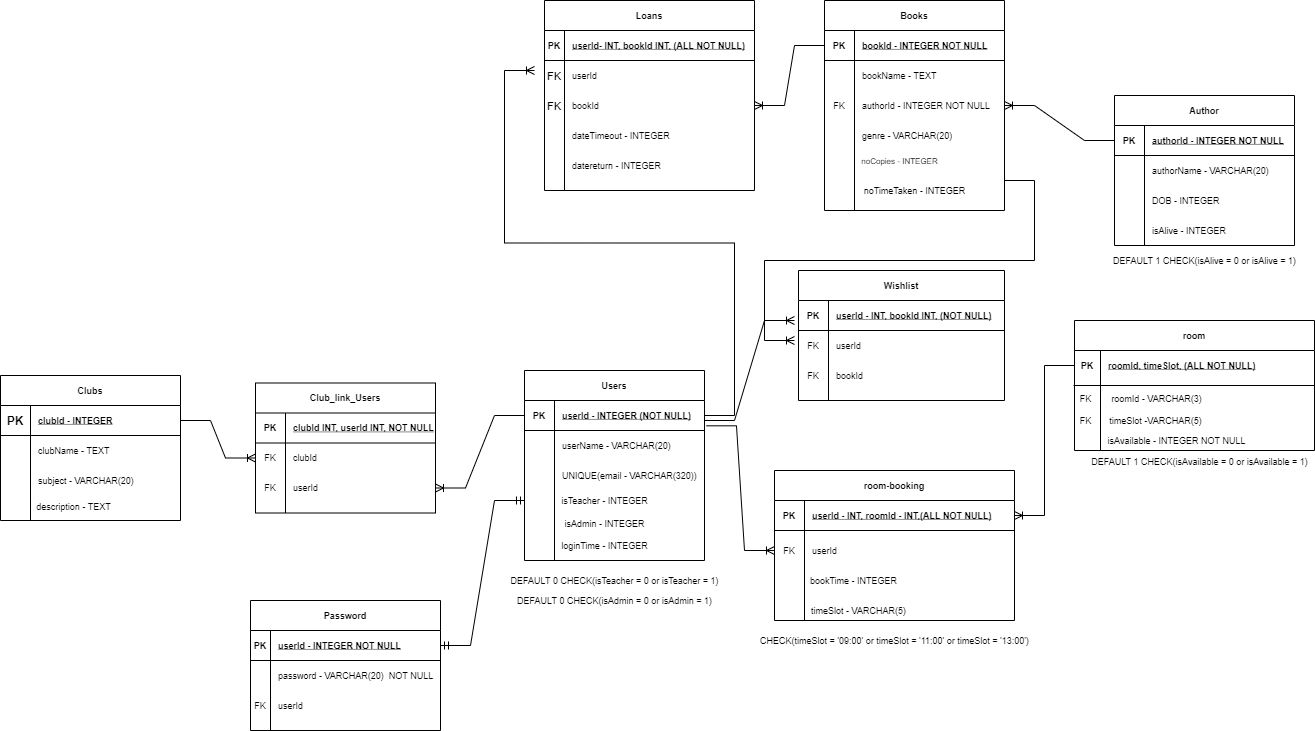
This is libary.png from aaron1brooker/databaseassignment, a draw.io export, as it was before one commit. Source tidied: cells renumbered, new cells last; positions are measured from the earlier drawing's top-left corner, leaving out a move shared by most shapes.
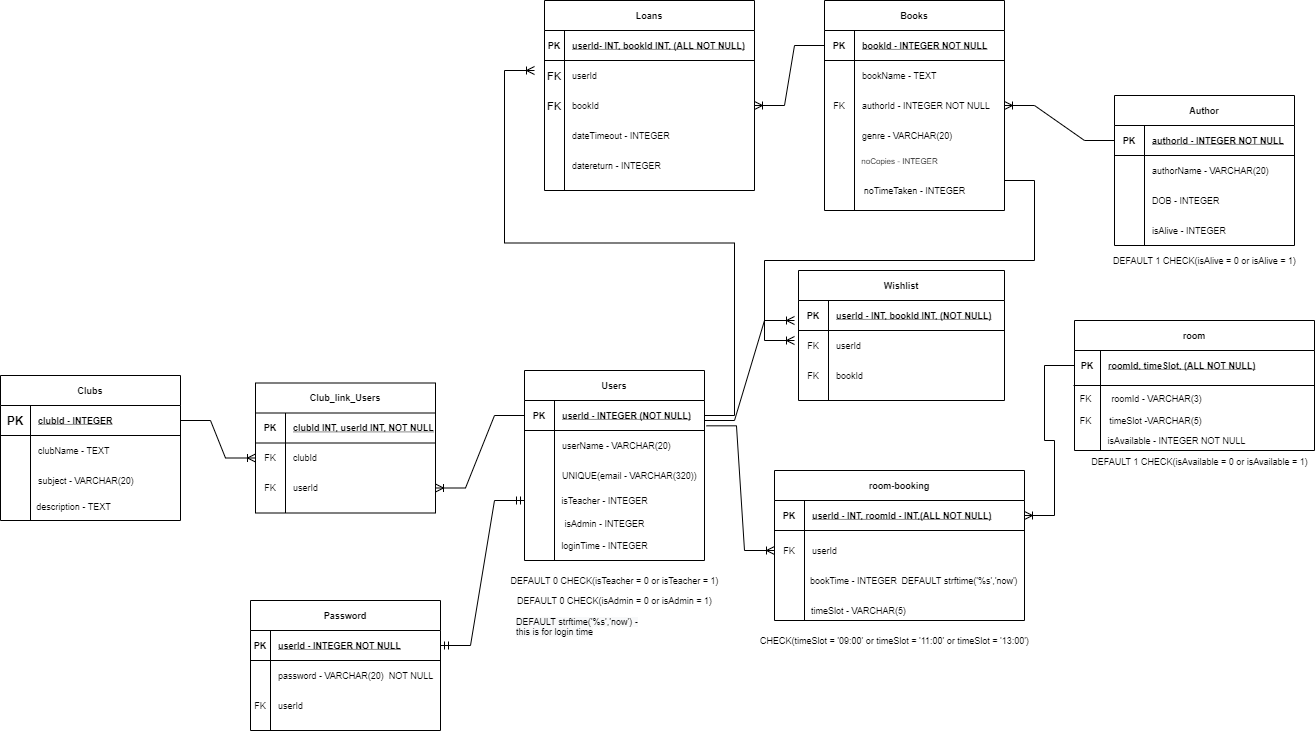
After the change.

What changed in the source:
```diff
@@ -140,25 +140,25 @@
       <mxGeometry x="1101" y="430" width="150" height="20" as="geometry" />
     </mxCell>
     <mxCell id="47" value="room-booking" style="shape=table;startSize=30;rowLines=0;fontStyle=1;align=center;fontSize=9;" parent="1" vertex="1">
-      <mxGeometry x="774" y="470" width="240" height="150" as="geometry" />
+      <mxGeometry x="774" y="470" width="250" height="150" as="geometry" />
     </mxCell>
     <mxCell id="48" style="shape=partialRectangle;fillColor=none;top=0;left=0;bottom=1;right=0;points=[[0,0.5],[1,0.5]];portConstraint=eastwest;fontSize=9;" parent="47" vertex="1">
-      <mxGeometry y="30" width="240" height="30" as="geometry" />
+      <mxGeometry y="30" width="250" height="30" as="geometry" />
     </mxCell>
     <mxCell id="49" value="PK" style="shape=partialRectangle;fillColor=none;top=0;left=0;bottom=0;right=0;fontStyle=1;overflow=hidden;fontSize=9;" parent="48" vertex="1">
       <mxGeometry width="30" height="30" as="geometry" />
     </mxCell>
     <mxCell id="50" value="userId - INT, roomId - INT,(ALL NOT NULL)" style="shape=partialRectangle;fillColor=none;top=0;left=0;bottom=0;right=0;align=left;spacingLeft=6;fontStyle=5;overflow=hidden;fontSize=9;" parent="48" vertex="1">
-      <mxGeometry x="30" width="210" height="30" as="geometry" />
+      <mxGeometry x="30" width="220" height="30" as="geometry" />
     </mxCell>
     <mxCell id="51" style="shape=partialRectangle;fillColor=none;top=0;left=0;bottom=0;right=0;points=[[0,0.5],[1,0.5]];portConstraint=eastwest;fontSize=9;" parent="47" vertex="1">
-      <mxGeometry y="60" width="240" height="40" as="geometry" />
+      <mxGeometry y="60" width="250" height="40" as="geometry" />
     </mxCell>
     <mxCell id="52" value="FK" style="shape=partialRectangle;fillColor=none;top=0;left=0;bottom=0;right=0;overflow=hidden;fontSize=9;" parent="51" vertex="1">
       <mxGeometry width="30" height="40" as="geometry" />
     </mxCell>
     <mxCell id="53" value="userId " style="shape=partialRectangle;fillColor=none;top=0;left=0;bottom=0;right=0;align=left;spacingLeft=6;overflow=hidden;fontSize=9;" parent="51" vertex="1">
-      <mxGeometry x="30" width="210" height="40" as="geometry" />
+      <mxGeometry x="30" width="220" height="40" as="geometry" />
     </mxCell>
     <mxCell id="54" value="roomId - VARCHAR(3)" style="text;html=1;align=center;verticalAlign=middle;strokeColor=none;fillColor=none;fontSize=9;" parent="1" vertex="1">
       <mxGeometry x="1101" y="388" width="110" height="20" as="geometry" />
@@ -402,5 +402,11 @@
     <mxCell id="131" value="FK" style="text;html=1;align=center;verticalAlign=middle;strokeColor=none;fillColor=none;fontSize=9;" parent="1" vertex="1">
       <mxGeometry x="1070" y="410" width="30" height="20" as="geometry" />
     </mxCell>
+    <mxCell id="132" value="DEFAULT strftime('%s','now')" style="text;html=1;align=center;verticalAlign=middle;strokeColor=none;fillColor=none;fontSize=9;" parent="1" vertex="1">
+      <mxGeometry x="894" y="570" width="130" height="20" as="geometry" />
+    </mxCell>
+    <mxCell id="133" value="&lt;span style=&quot;color: rgb(0 , 0 , 0) ; font-family: &amp;#34;helvetica&amp;#34; ; font-size: 9px ; font-style: normal ; font-weight: 400 ; letter-spacing: normal ; text-align: center ; text-indent: 0px ; text-transform: none ; word-spacing: 0px ; background-color: rgb(248 , 249 , 250) ; display: inline ; float: none&quot;&gt;DEFAULT strftime('%s','now') - this is for login time&lt;/span&gt;" style="text;whiteSpace=wrap;html=1;fontSize=9;" parent="1" vertex="1">
+      <mxGeometry x="514" y="610" width="140" height="30" as="geometry" />
+    </mxCell>
   </root>
 </mxGraphModel>
```
